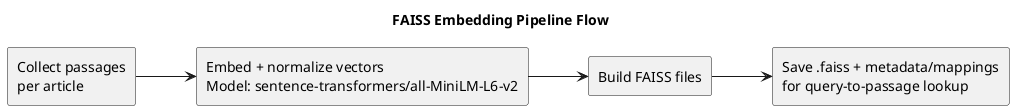
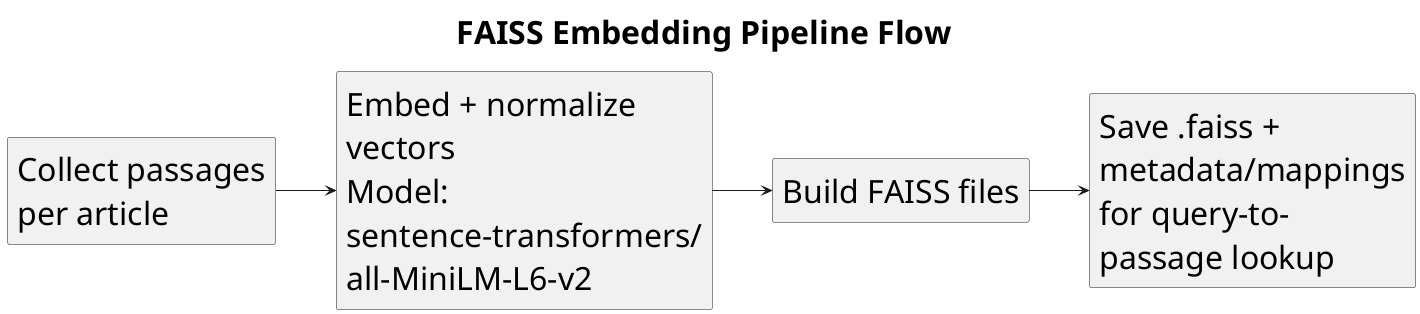
@startuml
title FAISS Embedding Pipeline Flow
left to right direction
+ skinparam defaultFontSize 32
+ skinparam titleFontSize 32

rectangle "Collect passages\nper article" as A
- rectangle "Embed + normalize vectors\nModel: sentence-transformers/all-MiniLM-L6-v2" as B
+ rectangle "Embed + normalize\nvectors\nModel:\nsentence-transformers/\nall-MiniLM-L6-v2" as B
rectangle "Build FAISS files" as C
- rectangle "Save .faiss + metadata/mappings\nfor query-to-passage lookup" as D
+ rectangle "Save .faiss +\nmetadata/mappings\nfor query-to-\npassage lookup" as D

A --> B
B --> C
C --> D
@enduml